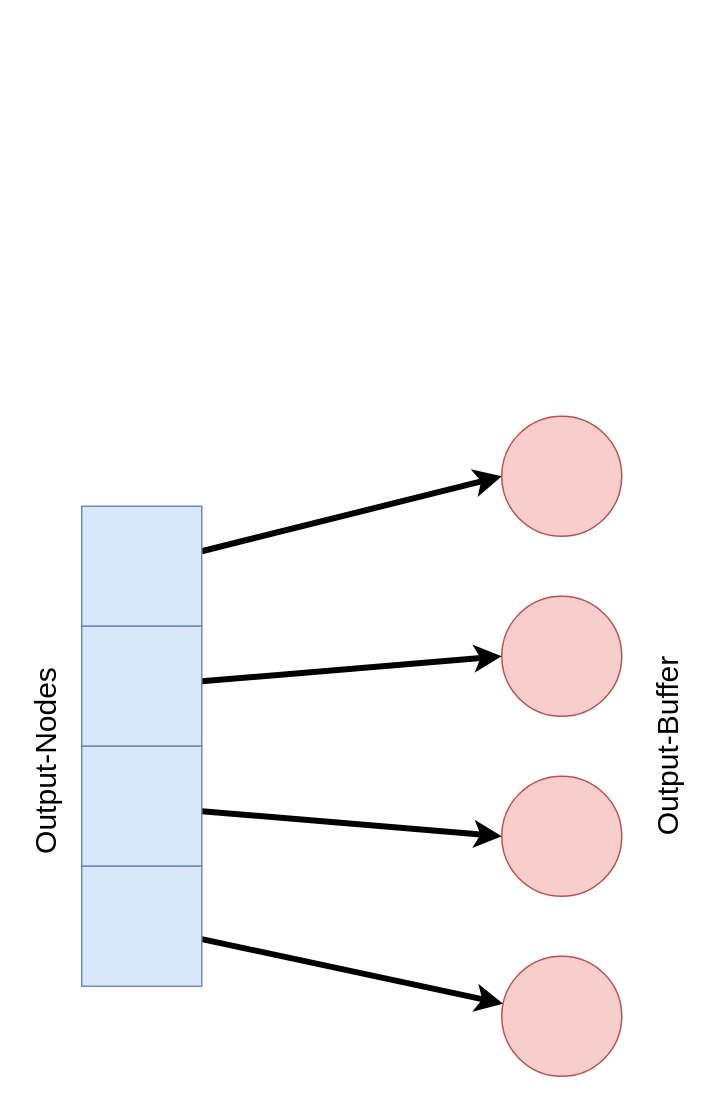
This is docs/inner_workings/core/Kyouko_output_segment.drawio from kitsudaiki/OpenHanami, a draw.io file, before an edit. Source tidied: cells renumbered, new cells numbered last; positions are measured from the earlier drawing's top-left corner, leaving out a move shared by most shapes. Both pictures are drawn from the tidied source at 150%, with x=0, y=0 at pixel (-106, 416).
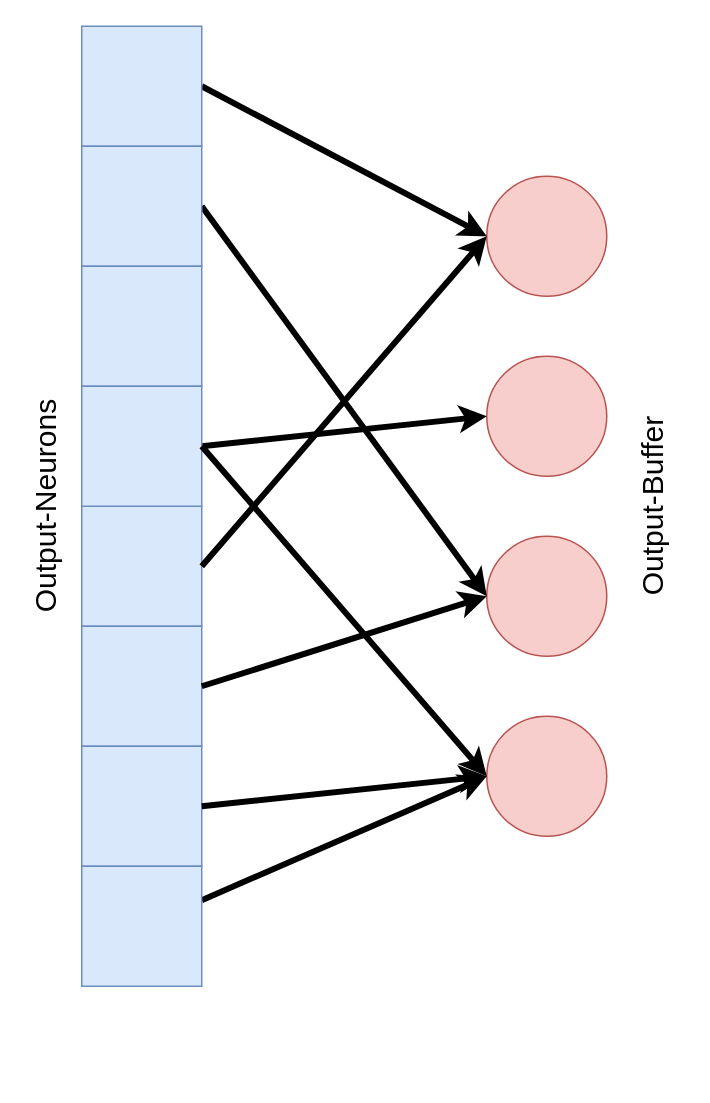
The same page after the edit.

Unchanged cells that the change refers to:
```xml
<mxCell id="7" style="rounded=0;whiteSpace=wrap;html=1;fillColor=#dae8fc;strokeColor=#6c8ebf;" parent="1" vertex="1">
  <mxGeometry x="125" y="60" width="80" height="80" as="geometry" />
</mxCell>
<mxCell id="9" style="rounded=0;whiteSpace=wrap;html=1;fillColor=#dae8fc;strokeColor=#6c8ebf;" parent="1" vertex="1">
  <mxGeometry x="125" y="140" width="80" height="80" as="geometry" />
</mxCell>
<mxCell id="11" style="rounded=0;whiteSpace=wrap;html=1;fillColor=#dae8fc;strokeColor=#6c8ebf;" parent="1" vertex="1">
  <mxGeometry x="125" y="220" width="80" height="80" as="geometry" />
</mxCell>
<mxCell id="13" style="rounded=0;whiteSpace=wrap;html=1;fillColor=#dae8fc;strokeColor=#6c8ebf;" parent="1" vertex="1">
  <mxGeometry x="125" y="300" width="80" height="80" as="geometry" />
</mxCell>
```

The edit, as a diff of the source:
```diff
@@
     <mxCell id="2" style="ellipse;whiteSpace=wrap;html=1;fillColor=#f8cecc;strokeColor=#b85450;" parent="1" vertex="1">
-      <mxGeometry x="405" width="80" height="80" as="geometry" />
+      <mxGeometry x="395" y="-160" width="80" height="80" as="geometry" />
     </mxCell>
     <mxCell id="3" style="ellipse;whiteSpace=wrap;html=1;fillColor=#f8cecc;strokeColor=#b85450;" parent="1" vertex="1">
-      <mxGeometry x="405" y="120" width="80" height="80" as="geometry" />
+      <mxGeometry x="395" y="-40" width="80" height="80" as="geometry" />
     </mxCell>
     <mxCell id="4" style="ellipse;whiteSpace=wrap;html=1;fillColor=#f8cecc;strokeColor=#b85450;" parent="1" vertex="1">
-      <mxGeometry x="405" y="240" width="80" height="80" as="geometry" />
+      <mxGeometry x="395" y="80" width="80" height="80" as="geometry" />
     </mxCell>
     <mxCell id="5" style="ellipse;whiteSpace=wrap;html=1;fillColor=#f8cecc;strokeColor=#b85450;" parent="1" vertex="1">
-      <mxGeometry x="405" y="360" width="80" height="80" as="geometry" />
+      <mxGeometry x="395" y="200" width="80" height="80" as="geometry" />
     </mxCell>
-    <mxCell id="6" style="edgeStyle=none;rounded=0;jettySize=auto;html=1;entryX=0;entryY=0.5;entryDx=0;entryDy=0;strokeWidth=4;" parent="1" edge="1" source="7" target="2">
+    <mxCell id="6" style="edgeStyle=none;rounded=0;jettySize=auto;html=1;entryX=0;entryY=0.5;entryDx=0;entryDy=0;strokeWidth=4;exitX=1;exitY=0.5;exitDx=0;exitDy=0;" parent="1" edge="1" source="16" target="2">
       <mxGeometry relative="1" as="geometry" />
     </mxCell>
@@
-    <mxCell id="8" style="rounded=0;jettySize=auto;html=1;entryX=0;entryY=0.5;entryDx=0;entryDy=0;strokeWidth=4;" parent="1" edge="1" source="9" target="3">
+    <mxCell id="8" style="rounded=0;jettySize=auto;html=1;entryX=0;entryY=0.5;entryDx=0;entryDy=0;strokeWidth=4;exitX=1;exitY=0.5;exitDx=0;exitDy=0;" parent="1" edge="1" source="19" target="3">
       <mxGeometry relative="1" as="geometry" />
     </mxCell>
@@
-    <mxCell id="10" style="edgeStyle=none;rounded=0;jettySize=auto;html=1;entryX=0;entryY=0.5;entryDx=0;entryDy=0;strokeWidth=4;" parent="1" edge="1" source="11" target="4">
+    <mxCell id="10" style="edgeStyle=none;rounded=0;jettySize=auto;html=1;entryX=0;entryY=0.5;entryDx=0;entryDy=0;strokeWidth=4;exitX=1;exitY=0.5;exitDx=0;exitDy=0;" parent="1" edge="1" source="17" target="4">
       <mxGeometry relative="1" as="geometry" />
     </mxCell>
@@
-    <mxCell id="12" style="edgeStyle=none;rounded=0;jettySize=auto;html=1;strokeWidth=4;" parent="1" edge="1" source="13" target="5">
+    <mxCell id="12" style="edgeStyle=none;rounded=0;jettySize=auto;html=1;strokeWidth=4;entryX=0;entryY=0.5;entryDx=0;entryDy=0;" parent="1" edge="1" source="13" target="5">
       <mxGeometry relative="1" as="geometry" />
     </mxCell>
@@
-    <mxCell id="14" value="Output-Nodes" style="text;html=1;strokeColor=none;fillColor=none;align=center;verticalAlign=middle;whiteSpace=wrap;rounded=0;rotation=-90;strokeWidth=2;fontSize=20;" parent="1" vertex="1">
-      <mxGeometry y="220" width="200" height="20" as="geometry" />
+    <mxCell id="14" value="Output-Neurons" style="text;html=1;strokeColor=none;fillColor=none;align=center;verticalAlign=middle;whiteSpace=wrap;rounded=0;rotation=-90;strokeWidth=2;fontSize=20;" parent="1" vertex="1">
+      <mxGeometry y="50" width="200" height="20" as="geometry" />
     </mxCell>
     <mxCell id="15" value="Output-Buffer" style="text;html=1;strokeColor=none;fillColor=none;align=center;verticalAlign=middle;whiteSpace=wrap;rounded=0;rotation=-90;strokeWidth=2;fontSize=20;" parent="1" vertex="1">
-      <mxGeometry x="415" y="210" width="200" height="20" as="geometry" />
+      <mxGeometry x="405" y="50" width="200" height="20" as="geometry" />
     </mxCell>
+    <mxCell id="16" style="rounded=0;whiteSpace=wrap;html=1;fillColor=#dae8fc;strokeColor=#6c8ebf;" parent="1" vertex="1">
+      <mxGeometry x="125" y="-260" width="80" height="80" as="geometry" />
+    </mxCell>
+    <mxCell id="17" style="rounded=0;whiteSpace=wrap;html=1;fillColor=#dae8fc;strokeColor=#6c8ebf;" parent="1" vertex="1">
+      <mxGeometry x="125" y="-180" width="80" height="80" as="geometry" />
+    </mxCell>
+    <mxCell id="18" style="rounded=0;whiteSpace=wrap;html=1;fillColor=#dae8fc;strokeColor=#6c8ebf;" parent="1" vertex="1">
+      <mxGeometry x="125" y="-100" width="80" height="80" as="geometry" />
+    </mxCell>
+    <mxCell id="19" style="rounded=0;whiteSpace=wrap;html=1;fillColor=#dae8fc;strokeColor=#6c8ebf;" parent="1" vertex="1">
+      <mxGeometry x="125" y="-20" width="80" height="80" as="geometry" />
+    </mxCell>
+    <mxCell id="20" style="edgeStyle=none;rounded=0;jettySize=auto;html=1;strokeWidth=4;exitX=1;exitY=0.5;exitDx=0;exitDy=0;entryX=0;entryY=0.5;entryDx=0;entryDy=0;" parent="1" edge="1" source="11" target="5">
+      <mxGeometry relative="1" as="geometry" />
+    </mxCell>
+    <mxCell id="21" style="rounded=0;jettySize=auto;html=1;strokeWidth=4;exitX=1;exitY=0.5;exitDx=0;exitDy=0;entryX=0;entryY=0.5;entryDx=0;entryDy=0;" parent="1" edge="1" source="19" target="5">
+      <mxGeometry relative="1" as="geometry" />
+    </mxCell>
+    <mxCell id="22" style="edgeStyle=none;rounded=0;jettySize=auto;html=1;entryX=0;entryY=0.5;entryDx=0;entryDy=0;strokeWidth=4;exitX=1;exitY=0.5;exitDx=0;exitDy=0;" parent="1" edge="1" source="9" target="4">
+      <mxGeometry relative="1" as="geometry" />
+    </mxCell>
+    <mxCell id="23" style="rounded=0;jettySize=auto;html=1;strokeWidth=4;exitX=1;exitY=0.5;exitDx=0;exitDy=0;entryX=0;entryY=0.5;entryDx=0;entryDy=0;" parent="1" edge="1" source="7" target="2">
+      <mxGeometry relative="1" as="geometry" />
+    </mxCell>
```
